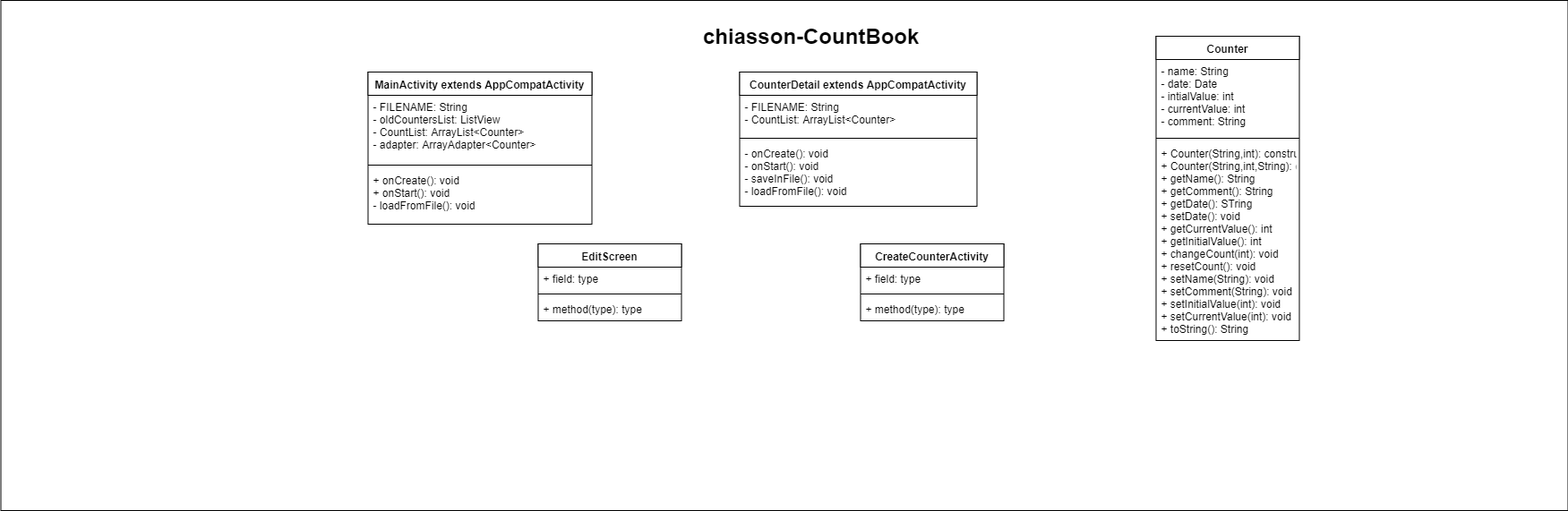
Above: doc/chiasson-CountBook.png in cchiasson/CountBook (draw.io), before the change. Source tidied: cells renumbered, new cells last; positions are measured from the earlier drawing's top-left corner, leaving out a move shared by most shapes.
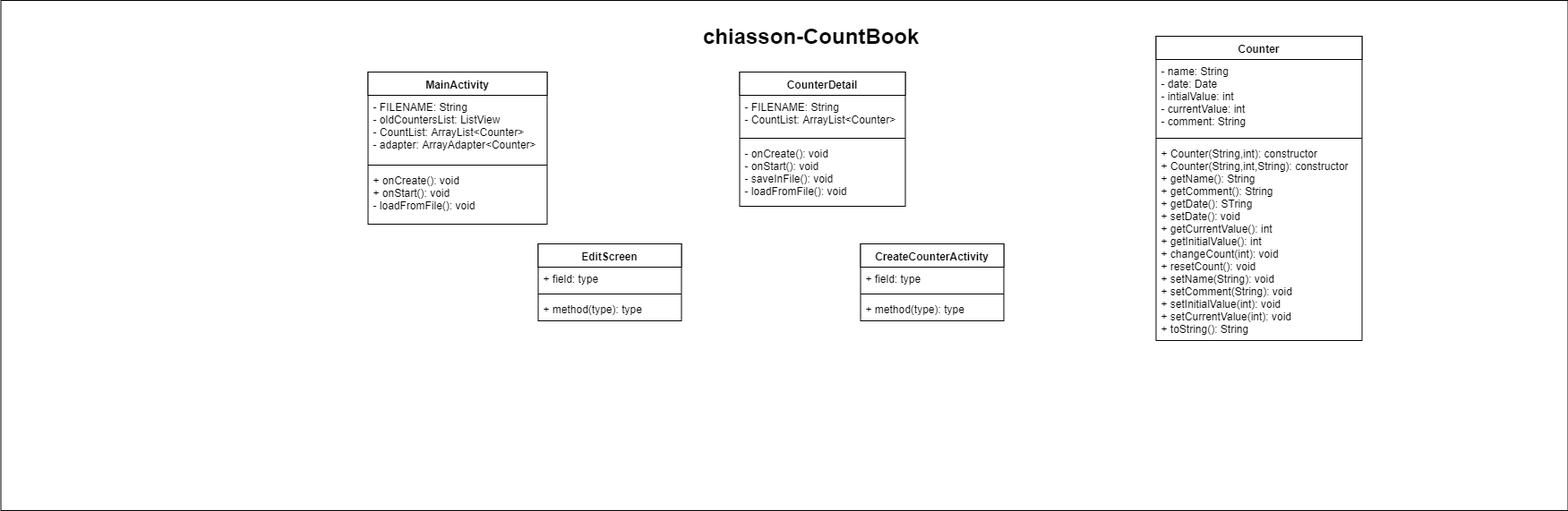
Later version of the same file.

Diff of the diagram source:
```diff
@@ -8,29 +8,29 @@
     <mxCell id="3" value="chiasson-CountBook" style="text;strokeColor=none;fillColor=none;html=1;fontSize=24;fontStyle=1;verticalAlign=middle;align=center;" parent="1" vertex="1">
       <mxGeometry x="150" y="20" width="1510" height="40" as="geometry" />
     </mxCell>
-    <mxCell id="4" value="MainActivity extends AppCompatActivity" style="swimlane;fontStyle=1;align=center;verticalAlign=top;horizontal=1;startSize=26;swimlaneFillColor=#ffffff;" parent="1" vertex="1">
-      <mxGeometry x="410" y="80" width="250" height="170" as="geometry" />
+    <mxCell id="4" value="MainActivity" style="swimlane;fontStyle=1;align=center;verticalAlign=top;horizontal=1;startSize=26;swimlaneFillColor=#ffffff;" parent="1" vertex="1">
+      <mxGeometry x="410" y="80" width="200" height="170" as="geometry" />
     </mxCell>
     <mxCell id="5" value="- FILENAME: String&#10;- oldCountersList: ListView&#10;- CountList: ArrayList&lt;Counter&gt;&#10;- adapter: ArrayAdapter&lt;Counter&gt;" style="text;strokeColor=none;fillColor=none;align=left;verticalAlign=top;spacingLeft=4;spacingRight=4;overflow=hidden;" parent="4" vertex="1">
-      <mxGeometry y="26" width="250" height="74" as="geometry" />
+      <mxGeometry y="26" width="200" height="74" as="geometry" />
     </mxCell>
     <mxCell id="6" style="line;strokeWidth=1;fillColor=none;align=left;verticalAlign=middle;spacingTop=-1;spacingLeft=3;spacingRight=3;labelPosition=right;" parent="4" vertex="1">
-      <mxGeometry y="100" width="250" height="8" as="geometry" />
+      <mxGeometry y="100" width="200" height="8" as="geometry" />
     </mxCell>
     <mxCell id="7" value="+ onCreate(): void&#10;+ onStart(): void&#10;- loadFromFile(): void" style="text;strokeColor=none;fillColor=none;align=left;verticalAlign=top;spacingLeft=4;spacingRight=4;overflow=hidden;" parent="4" vertex="1">
-      <mxGeometry y="108" width="250" height="62" as="geometry" />
+      <mxGeometry y="108" width="200" height="62" as="geometry" />
     </mxCell>
-    <mxCell id="8" value="CounterDetail extends AppCompatActivity" style="swimlane;fontStyle=1;align=center;verticalAlign=top;horizontal=1;startSize=26;swimlaneFillColor=#ffffff;" parent="1" vertex="1">
-      <mxGeometry x="825" y="80" width="265" height="150" as="geometry" />
+    <mxCell id="8" value="CounterDetail" style="swimlane;fontStyle=1;align=center;verticalAlign=top;horizontal=1;startSize=26;swimlaneFillColor=#ffffff;" parent="1" vertex="1">
+      <mxGeometry x="825" y="80" width="185" height="150" as="geometry" />
     </mxCell>
     <mxCell id="9" value="- FILENAME: String&#10;- CountList: ArrayList&lt;Counter&gt;" style="text;strokeColor=none;fillColor=none;align=left;verticalAlign=top;spacingLeft=4;spacingRight=4;overflow=hidden;" parent="8" vertex="1">
-      <mxGeometry y="26" width="265" height="44" as="geometry" />
+      <mxGeometry y="26" width="185" height="44" as="geometry" />
     </mxCell>
     <mxCell id="10" style="line;strokeWidth=1;fillColor=none;align=left;verticalAlign=middle;spacingTop=-1;spacingLeft=3;spacingRight=3;labelPosition=right;" parent="8" vertex="1">
-      <mxGeometry y="70" width="265" height="8" as="geometry" />
+      <mxGeometry y="70" width="185" height="8" as="geometry" />
     </mxCell>
     <mxCell id="11" value="- onCreate(): void&#10;- onStart(): void&#10;- saveInFile(): void&#10;- loadFromFile(): void" style="text;strokeColor=none;fillColor=none;align=left;verticalAlign=top;spacingLeft=4;spacingRight=4;overflow=hidden;" parent="8" vertex="1">
-      <mxGeometry y="78" width="265" height="72" as="geometry" />
+      <mxGeometry y="78" width="185" height="72" as="geometry" />
     </mxCell>
     <mxCell id="12" value="EditScreen" style="swimlane;fontStyle=1;align=center;verticalAlign=top;horizontal=1;startSize=26;swimlaneFillColor=#ffffff;" parent="1" vertex="1">
       <mxGeometry x="600" y="272" width="160" height="86" as="geometry" />
@@ -57,16 +57,16 @@
       <mxGeometry y="60" width="160" height="26" as="geometry" />
     </mxCell>
     <mxCell id="20" value="Counter" style="swimlane;fontStyle=1;align=center;verticalAlign=top;horizontal=1;startSize=26;swimlaneFillColor=#ffffff;" parent="1" vertex="1">
-      <mxGeometry x="1290" y="40" width="160" height="340" as="geometry" />
+      <mxGeometry x="1290" y="40" width="230" height="340" as="geometry" />
     </mxCell>
     <mxCell id="21" value="- name: String&#10;- date: Date&#10;- intialValue: int&#10;- currentValue: int&#10;- comment: String" style="text;strokeColor=none;fillColor=none;align=left;verticalAlign=top;spacingLeft=4;spacingRight=4;overflow=hidden;" parent="20" vertex="1">
-      <mxGeometry y="26" width="160" height="84" as="geometry" />
+      <mxGeometry y="26" width="230" height="84" as="geometry" />
     </mxCell>
     <mxCell id="22" style="line;strokeWidth=1;fillColor=none;align=left;verticalAlign=middle;spacingTop=-1;spacingLeft=3;spacingRight=3;labelPosition=right;" parent="20" vertex="1">
-      <mxGeometry y="110" width="160" height="8" as="geometry" />
+      <mxGeometry y="110" width="230" height="8" as="geometry" />
     </mxCell>
     <mxCell id="23" value="+ Counter(String,int): constructor&#10;+ Counter(String,int,String): constructor&#10;+ getName(): String&#10;+ getComment(): String&#10;+ getDate(): STring&#10;+ setDate(): void&#10;+ getCurrentValue(): int&#10;+ getInitialValue(): int&#10;+ changeCount(int): void&#10;+ resetCount(): void&#10;+ setName(String): void&#10;+ setComment(String): void&#10;+ setInitialValue(int): void&#10;+ setCurrentValue(int): void&#10;+ toString(): String" style="text;strokeColor=none;fillColor=none;align=left;verticalAlign=top;spacingLeft=4;spacingRight=4;overflow=hidden;" parent="20" vertex="1">
-      <mxGeometry y="118" width="160" height="222" as="geometry" />
+      <mxGeometry y="118" width="230" height="222" as="geometry" />
     </mxCell>
   </root>
 </mxGraphModel>
```
